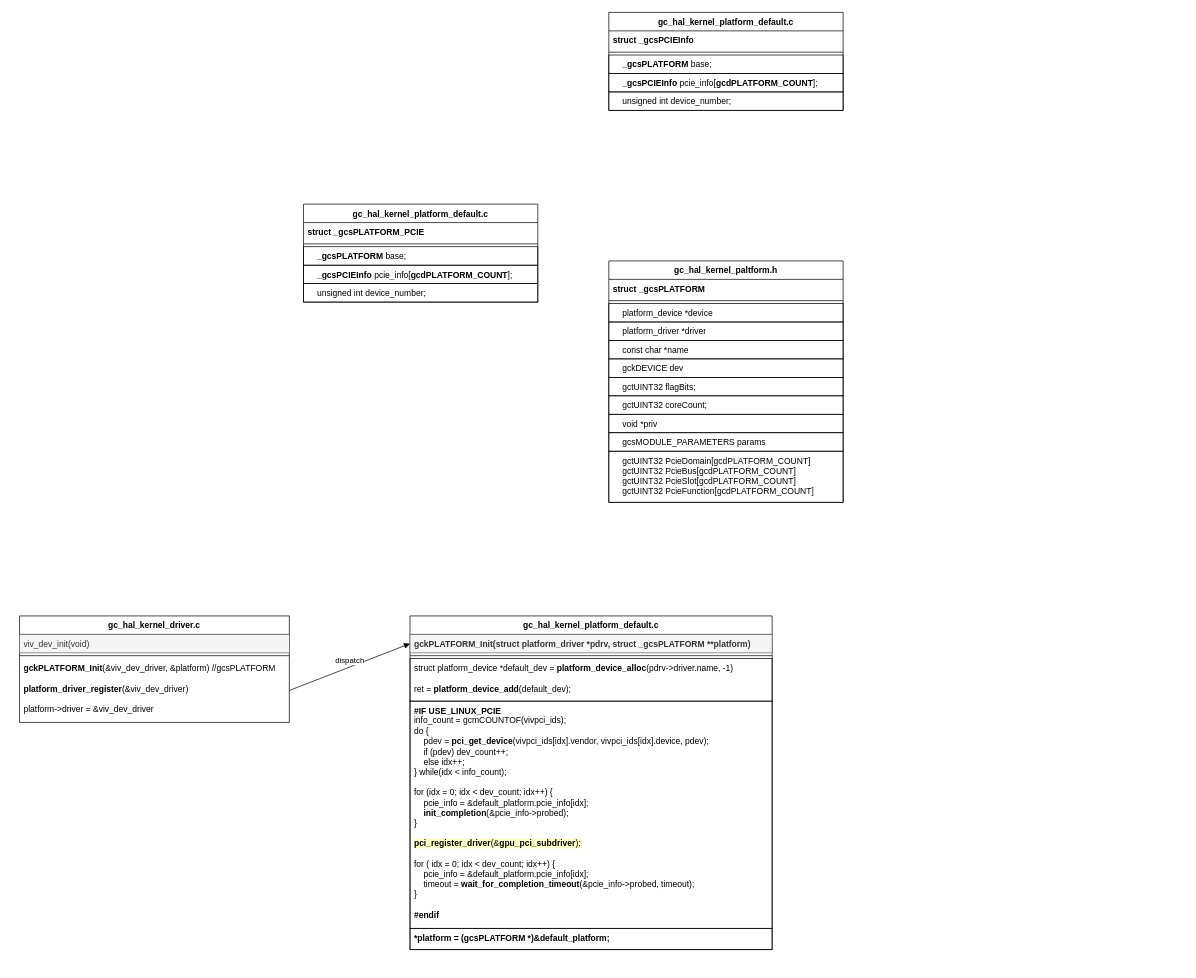
Before: device_driver.drawio in evolution124/mydiagram, a draw.io diagram. Source tidied: cells renumbered, new cells numbered last; positions are measured from the earlier drawing's top-left corner, leaving out a move shared by most shapes. Both pictures are drawn from the tidied source at 71%, with x=0, y=0 at pixel (19, 12).
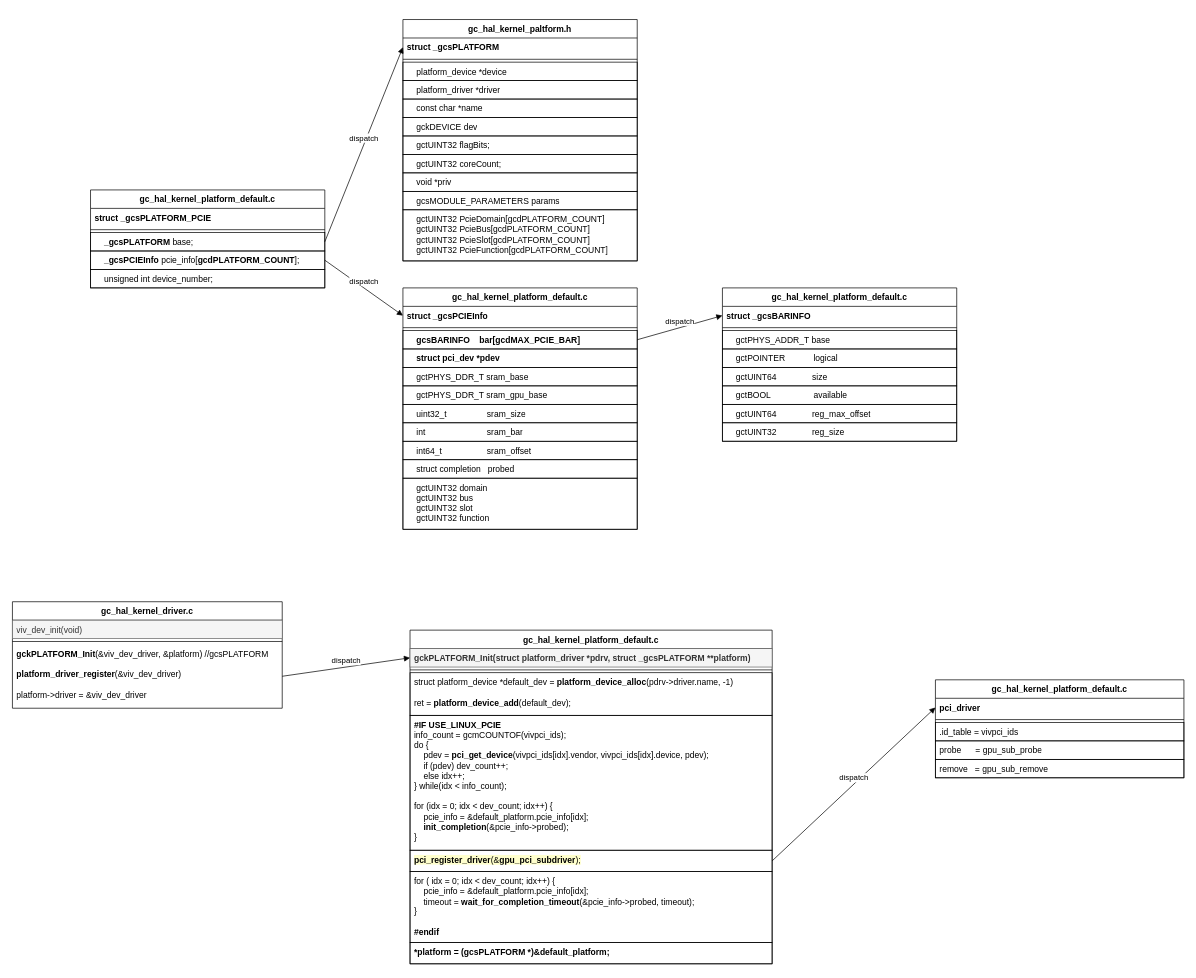
The same diagram, later.

Unchanged cells that the change refers to:
```xml
<mxCell id="16" value="&lt;b&gt;&amp;nbsp; &amp;nbsp; _gcsPLATFORM&lt;/b&gt; base;" style="text;strokeColor=default;fillColor=none;align=left;verticalAlign=top;spacingLeft=4;spacingRight=4;overflow=hidden;points=[[0,0.5],[1,0.5]];portConstraint=eastwest;whiteSpace=wrap;html=1;" parent="13" vertex="1">
  <mxGeometry y="60" width="330" height="26" as="geometry" />
</mxCell>
<mxCell id="17" value="&lt;b&gt;&amp;nbsp; &amp;nbsp; _gcsPCIEInfo &lt;/b&gt;pcie_info[&lt;b&gt;gcdPLATFORM_COUNT&lt;/b&gt;];" style="text;strokeColor=default;fillColor=none;align=left;verticalAlign=top;spacingLeft=4;spacingRight=4;overflow=hidden;points=[[0,0.5],[1,0.5]];portConstraint=eastwest;whiteSpace=wrap;html=1;" parent="13" vertex="1">
  <mxGeometry y="86" width="330" height="26" as="geometry" />
</mxCell>
<mxCell id="20" value="&lt;b&gt;struct _gcsPCIEInfo&lt;/b&gt;" style="text;strokeColor=none;fillColor=none;align=left;verticalAlign=top;spacingLeft=4;spacingRight=4;overflow=hidden;points=[[0,0.5],[1,0.5]];portConstraint=eastwest;whiteSpace=wrap;html=1;" parent="19" vertex="1">
  <mxGeometry y="26" width="330" height="26" as="geometry" />
</mxCell>
<mxCell id="26" value="&lt;b&gt;struct _gcsPLATFORM&lt;/b&gt;" style="text;strokeColor=none;fillColor=none;align=left;verticalAlign=top;spacingLeft=4;spacingRight=4;overflow=hidden;points=[[0,0.5],[1,0.5]];portConstraint=eastwest;whiteSpace=wrap;html=1;" parent="25" vertex="1">
  <mxGeometry y="26" width="330" height="26" as="geometry" />
</mxCell>
```

What changed in the source:
```diff
@@
     <mxCell id="2" value="gc_hal_kernel_driver.c" style="swimlane;fontStyle=1;align=center;verticalAlign=top;horizontal=1;startSize=26;whiteSpace=wrap;html=1;" parent="1" vertex="1">
-      <mxGeometry y="850" width="380" height="150" as="geometry" />
+      <mxGeometry x="-10" y="830" width="380" height="150" as="geometry" />
     </mxCell>
@@
     <mxCell id="6" value="gc_hal_kernel_platform_default.c" style="swimlane;fontStyle=1;align=center;verticalAlign=top;horizontal=1;startSize=26;whiteSpace=wrap;html=1;" parent="1" vertex="1">
-      <mxGeometry x="550" y="850" width="510" height="470" as="geometry" />
+      <mxGeometry x="550" y="870" width="510" height="470" as="geometry" />
     </mxCell>
@@
-    <mxCell id="10" value="&lt;div&gt;&lt;b&gt;#IF USE_LINUX_PCIE&lt;/b&gt;&lt;/div&gt;&lt;div&gt;info_count = gcmCOUNTOF(vivpci_ids);&lt;/div&gt;&lt;div&gt;do {&lt;/div&gt;&lt;div&gt;&amp;nbsp; &amp;nbsp; pdev = &lt;b&gt;pci_get_device&lt;/b&gt;(vivpci_ids[idx].vendor, vivpci_ids[idx].device, pdev);&lt;/div&gt;&lt;div&gt;&amp;nbsp; &amp;nbsp; if (pdev) dev_count++;&lt;/div&gt;&lt;div&gt;&amp;nbsp; &amp;nbsp; else idx++;&lt;/div&gt;&lt;div&gt;} while(idx &amp;lt; info_count);&lt;/div&gt;&lt;div&gt;&lt;br&gt;&lt;/div&gt;&lt;div&gt;for (idx = 0; idx &amp;lt; dev_count; idx++) {&lt;/div&gt;&lt;div&gt;&amp;nbsp; &amp;nbsp; pcie_info = &amp;amp;default_platform.pcie_info[idx];&lt;/div&gt;&lt;div&gt;&amp;nbsp; &amp;nbsp; &lt;b&gt;init_completion&lt;/b&gt;(&amp;amp;pcie_info-&amp;gt;probed);&lt;/div&gt;&lt;div&gt;}&lt;/div&gt;&lt;div&gt;&lt;br&gt;&lt;/div&gt;&lt;div&gt;&lt;span style=&quot;background-color: light-dark(rgb(255, 255, 204), rgb(255, 255, 255));&quot;&gt;&lt;b&gt;pci_register_driver&lt;/b&gt;(&amp;amp;&lt;b&gt;gpu_pci_subdriver&lt;/b&gt;);&lt;/span&gt;&lt;/div&gt;&lt;div&gt;&lt;span style=&quot;background-color: light-dark(rgb(255, 255, 204), rgb(255, 255, 255));&quot;&gt;&lt;font&gt;&lt;br&gt;&lt;/font&gt;&lt;/span&gt;&lt;/div&gt;&lt;div&gt;&lt;font style=&quot;background-color: light-dark(#ffffff, var(--ge-dark-color, #121212));&quot;&gt;for ( idx = 0; idx &amp;lt; dev_count; idx++) {&lt;/font&gt;&lt;/div&gt;&lt;div&gt;&lt;font style=&quot;background-color: light-dark(#ffffff, var(--ge-dark-color, #121212));&quot;&gt;&amp;nbsp; &amp;nbsp; pcie_info = &amp;amp;default_platform.pcie_info[idx];&lt;/font&gt;&lt;/div&gt;&lt;div&gt;&lt;font style=&quot;background-color: light-dark(#ffffff, var(--ge-dark-color, #121212));&quot;&gt;&amp;nbsp; &amp;nbsp; timeout = &lt;b&gt;wait_for_completion_timeout&lt;/b&gt;(&amp;amp;pcie_info-&amp;gt;probed, timeout);&lt;/font&gt;&lt;/div&gt;&lt;div&gt;&lt;font style=&quot;background-color: light-dark(#ffffff, var(--ge-dark-color, #121212));&quot;&gt;}&lt;/font&gt;&lt;/div&gt;&lt;div&gt;&lt;br&gt;&lt;/div&gt;&lt;div&gt;&lt;b&gt;#endif&lt;/b&gt;&lt;/div&gt;" style="text;strokeColor=default;fillColor=none;align=left;verticalAlign=top;spacingLeft=4;spacingRight=4;overflow=hidden;whiteSpace=wrap;html=1;" parent="6" vertex="1">
-      <mxGeometry y="120" width="510" height="320" as="geometry" />
+    <mxCell id="10" value="&lt;div&gt;&lt;b&gt;#IF USE_LINUX_PCIE&lt;/b&gt;&lt;/div&gt;&lt;div&gt;info_count = gcmCOUNTOF(vivpci_ids);&lt;/div&gt;&lt;div&gt;do {&lt;/div&gt;&lt;div&gt;&amp;nbsp; &amp;nbsp; pdev = &lt;b&gt;pci_get_device&lt;/b&gt;(vivpci_ids[idx].vendor, vivpci_ids[idx].device, pdev);&lt;/div&gt;&lt;div&gt;&amp;nbsp; &amp;nbsp; if (pdev) dev_count++;&lt;/div&gt;&lt;div&gt;&amp;nbsp; &amp;nbsp; else idx++;&lt;/div&gt;&lt;div&gt;} while(idx &amp;lt; info_count);&lt;/div&gt;&lt;div&gt;&lt;br&gt;&lt;/div&gt;&lt;div&gt;for (idx = 0; idx &amp;lt; dev_count; idx++) {&lt;/div&gt;&lt;div&gt;&amp;nbsp; &amp;nbsp; pcie_info = &amp;amp;default_platform.pcie_info[idx];&lt;/div&gt;&lt;div&gt;&amp;nbsp; &amp;nbsp; &lt;b&gt;init_completion&lt;/b&gt;(&amp;amp;pcie_info-&amp;gt;probed);&lt;/div&gt;&lt;div&gt;}&lt;/div&gt;" style="text;strokeColor=default;fillColor=none;align=left;verticalAlign=top;spacingLeft=4;spacingRight=4;overflow=hidden;whiteSpace=wrap;html=1;" parent="6" vertex="1">
+      <mxGeometry y="120" width="510" height="190" as="geometry" />
     </mxCell>
+    <mxCell id="37" value="&lt;span style=&quot;background-color: light-dark(rgb(255, 255, 204), rgb(255, 255, 255));&quot;&gt;&lt;b style=&quot;&quot;&gt;pci_register_driver&lt;/b&gt;&lt;span style=&quot;background-color: rgb(255, 255, 204);&quot;&gt;(&amp;amp;&lt;/span&gt;&lt;b style=&quot;&quot;&gt;gpu_pci_subdriver&lt;/b&gt;&lt;span style=&quot;background-color: rgb(255, 255, 204);&quot;&gt;);&lt;/span&gt;&lt;/span&gt;" style="text;strokeColor=default;fillColor=none;align=left;verticalAlign=top;spacingLeft=4;spacingRight=4;overflow=hidden;points=[[0,0.5],[1,0.5]];portConstraint=eastwest;whiteSpace=wrap;html=1;" parent="6" vertex="1">
+      <mxGeometry y="310" width="510" height="30" as="geometry" />
+    </mxCell>
+    <mxCell id="38" value="&lt;div&gt;&lt;font style=&quot;background-color: light-dark(#ffffff, var(--ge-dark-color, #121212));&quot;&gt;for ( idx = 0; idx &amp;lt; dev_count; idx++) {&lt;/font&gt;&lt;/div&gt;&lt;div&gt;&lt;font style=&quot;background-color: light-dark(#ffffff, var(--ge-dark-color, #121212));&quot;&gt;&amp;nbsp; &amp;nbsp; pcie_info = &amp;amp;default_platform.pcie_info[idx];&lt;/font&gt;&lt;/div&gt;&lt;div&gt;&lt;font style=&quot;background-color: light-dark(#ffffff, var(--ge-dark-color, #121212));&quot;&gt;&amp;nbsp; &amp;nbsp; timeout =&amp;nbsp;&lt;b&gt;wait_for_completion_timeout&lt;/b&gt;(&amp;amp;pcie_info-&amp;gt;probed, timeout);&lt;/font&gt;&lt;/div&gt;&lt;div&gt;&lt;font style=&quot;background-color: light-dark(#ffffff, var(--ge-dark-color, #121212));&quot;&gt;}&lt;/font&gt;&lt;/div&gt;&lt;div&gt;&lt;br&gt;&lt;/div&gt;&lt;div&gt;&lt;b&gt;#endif&lt;/b&gt;&lt;/div&gt;" style="text;strokeColor=default;fillColor=none;align=left;verticalAlign=top;spacingLeft=4;spacingRight=4;overflow=hidden;whiteSpace=wrap;html=1;" parent="6" vertex="1">
+      <mxGeometry y="340" width="510" height="100" as="geometry" />
+    </mxCell>
@@
     <mxCell id="13" value="gc_hal_kernel_platform_default.c" style="swimlane;fontStyle=1;align=center;verticalAlign=top;horizontal=1;startSize=26;whiteSpace=wrap;html=1;" parent="1" vertex="1">
-      <mxGeometry x="400" y="270" width="330" height="138" as="geometry" />
+      <mxGeometry x="100" y="250" width="330" height="138" as="geometry" />
     </mxCell>
@@
     <mxCell id="19" value="gc_hal_kernel_platform_default.c" style="swimlane;fontStyle=1;align=center;verticalAlign=top;horizontal=1;startSize=26;whiteSpace=wrap;html=1;" parent="1" vertex="1">
-      <mxGeometry x="830" width="330" height="138" as="geometry" />
+      <mxGeometry x="540" y="388" width="330" height="340" as="geometry" />
     </mxCell>
@@
-    <mxCell id="22" value="&lt;b&gt;&amp;nbsp; &amp;nbsp; _gcsPLATFORM&lt;/b&gt; base;" style="text;strokeColor=default;fillColor=none;align=left;verticalAlign=top;spacingLeft=4;spacingRight=4;overflow=hidden;points=[[0,0.5],[1,0.5]];portConstraint=eastwest;whiteSpace=wrap;html=1;" parent="19" vertex="1">
+    <mxCell id="22" value="&lt;b&gt;&amp;nbsp; &amp;nbsp; gcsBARINFO&amp;nbsp; &amp;nbsp; bar[gcdMAX_PCIE_BAR]&lt;/b&gt;" style="text;strokeColor=default;fillColor=none;align=left;verticalAlign=top;spacingLeft=4;spacingRight=4;overflow=hidden;points=[[0,0.5],[1,0.5]];portConstraint=eastwest;whiteSpace=wrap;html=1;" parent="19" vertex="1">
       <mxGeometry y="60" width="330" height="26" as="geometry" />
     </mxCell>
-    <mxCell id="23" value="&lt;b&gt;&amp;nbsp; &amp;nbsp; _gcsPCIEInfo &lt;/b&gt;pcie_info[&lt;b&gt;gcdPLATFORM_COUNT&lt;/b&gt;];" style="text;strokeColor=default;fillColor=none;align=left;verticalAlign=top;spacingLeft=4;spacingRight=4;overflow=hidden;whiteSpace=wrap;html=1;" parent="19" vertex="1">
+    <mxCell id="23" value="&lt;b&gt;&amp;nbsp; &amp;nbsp; struct pci_dev *pdev&lt;/b&gt;" style="text;strokeColor=default;fillColor=none;align=left;verticalAlign=top;spacingLeft=4;spacingRight=4;overflow=hidden;whiteSpace=wrap;html=1;" parent="19" vertex="1">
       <mxGeometry y="86" width="330" height="26" as="geometry" />
     </mxCell>
+    <mxCell id="39" value="&amp;nbsp; &amp;nbsp; gctPHYS_DDR_T sram_base" style="text;strokeColor=default;fillColor=none;align=left;verticalAlign=top;spacingLeft=4;spacingRight=4;overflow=hidden;whiteSpace=wrap;html=1;" parent="19" vertex="1">
+      <mxGeometry y="112" width="330" height="26" as="geometry" />
+    </mxCell>
+    <mxCell id="40" value="&amp;nbsp; &amp;nbsp; gctPHYS_DDR_T sram_gpu_base" style="text;strokeColor=default;fillColor=none;align=left;verticalAlign=top;spacingLeft=4;spacingRight=4;overflow=hidden;whiteSpace=wrap;html=1;" parent="19" vertex="1">
+      <mxGeometry y="138" width="330" height="26" as="geometry" />
+    </mxCell>
-    <mxCell id="24" value="&amp;nbsp; &amp;nbsp; unsigned int device_number;" style="text;strokeColor=default;fillColor=none;align=left;verticalAlign=top;spacingLeft=4;spacingRight=4;overflow=hidden;whiteSpace=wrap;html=1;" parent="19" vertex="1">
-      <mxGeometry y="112" width="330" height="26" as="geometry" />
+    <mxCell id="24" value="&amp;nbsp; &amp;nbsp; uint32_t&amp;nbsp; &amp;nbsp; &amp;nbsp; &amp;nbsp; &amp;nbsp; &amp;nbsp; &amp;nbsp; &amp;nbsp; &amp;nbsp;sram_size" style="text;strokeColor=default;fillColor=none;align=left;verticalAlign=top;spacingLeft=4;spacingRight=4;overflow=hidden;whiteSpace=wrap;html=1;" parent="19" vertex="1">
+      <mxGeometry y="164" width="330" height="26" as="geometry" />
     </mxCell>
+    <mxCell id="41" value="&amp;nbsp; &amp;nbsp; int&amp;nbsp; &amp;nbsp; &amp;nbsp; &amp;nbsp; &amp;nbsp; &amp;nbsp; &amp;nbsp; &amp;nbsp; &amp;nbsp; &amp;nbsp; &amp;nbsp; &amp;nbsp; &amp;nbsp; sram_bar" style="text;strokeColor=default;fillColor=none;align=left;verticalAlign=top;spacingLeft=4;spacingRight=4;overflow=hidden;whiteSpace=wrap;html=1;" parent="19" vertex="1">
+      <mxGeometry y="190" width="330" height="26" as="geometry" />
+    </mxCell>
+    <mxCell id="42" value="&amp;nbsp; &amp;nbsp; int64_t&amp;nbsp; &amp;nbsp; &amp;nbsp; &amp;nbsp; &amp;nbsp; &amp;nbsp; &amp;nbsp; &amp;nbsp; &amp;nbsp; &amp;nbsp;sram_offset" style="text;strokeColor=default;fillColor=none;align=left;verticalAlign=top;spacingLeft=4;spacingRight=4;overflow=hidden;whiteSpace=wrap;html=1;" parent="19" vertex="1">
+      <mxGeometry y="216" width="330" height="26" as="geometry" />
+    </mxCell>
+    <mxCell id="43" value="&amp;nbsp; &amp;nbsp; struct completion&amp;nbsp; &amp;nbsp;probed" style="text;strokeColor=default;fillColor=none;align=left;verticalAlign=top;spacingLeft=4;spacingRight=4;overflow=hidden;whiteSpace=wrap;html=1;" parent="19" vertex="1">
+      <mxGeometry y="242" width="330" height="26" as="geometry" />
+    </mxCell>
+    <mxCell id="44" value="&amp;nbsp; &amp;nbsp; gctUINT32 domain&lt;br&gt;&amp;nbsp; &amp;nbsp; gctUINT32 bus&lt;div&gt;&amp;nbsp; &amp;nbsp; gctUINT32 slot&lt;/div&gt;&lt;div&gt;&amp;nbsp; &amp;nbsp; gctUINT32 function&lt;/div&gt;" style="text;strokeColor=default;fillColor=none;align=left;verticalAlign=top;spacingLeft=4;spacingRight=4;overflow=hidden;whiteSpace=wrap;html=1;" parent="19" vertex="1">
+      <mxGeometry y="268" width="330" height="72" as="geometry" />
+    </mxCell>
     <mxCell id="25" value="gc_hal_kernel_paltform.h" style="swimlane;fontStyle=1;align=center;verticalAlign=top;horizontal=1;startSize=26;whiteSpace=wrap;html=1;" parent="1" vertex="1">
-      <mxGeometry x="830" y="350" width="330" height="340" as="geometry" />
+      <mxGeometry x="540" y="10" width="330" height="340" as="geometry" />
     </mxCell>
@@
+    <mxCell id="45" value="dispatch" style="html=1;verticalAlign=bottom;endArrow=block;curved=0;rounded=0;exitX=1;exitY=0.5;exitDx=0;exitDy=0;entryX=0;entryY=0.5;entryDx=0;entryDy=0;" parent="1" edge="1" source="16" target="26">
+      <mxGeometry relative="1" as="geometry" />
+    </mxCell>
+    <mxCell id="46" value="dispatch" style="html=1;verticalAlign=bottom;endArrow=block;curved=0;rounded=0;exitX=1;exitY=0.5;exitDx=0;exitDy=0;entryX=0;entryY=0.5;entryDx=0;entryDy=0;" parent="1" edge="1" source="17" target="20">
+      <mxGeometry relative="1" as="geometry" />
+    </mxCell>
+    <mxCell id="47" value="gc_hal_kernel_platform_default.c" style="swimlane;fontStyle=1;align=center;verticalAlign=top;horizontal=1;startSize=26;whiteSpace=wrap;html=1;" parent="1" vertex="1">
+      <mxGeometry x="990" y="388" width="330" height="216" as="geometry" />
+    </mxCell>
+    <mxCell id="48" value="&lt;b&gt;struct _gcsBARINFO&lt;/b&gt;" style="text;strokeColor=none;fillColor=none;align=left;verticalAlign=top;spacingLeft=4;spacingRight=4;overflow=hidden;points=[[0,0.5],[1,0.5]];portConstraint=eastwest;whiteSpace=wrap;html=1;" parent="47" vertex="1">
+      <mxGeometry y="26" width="330" height="26" as="geometry" />
+    </mxCell>
+    <mxCell id="49" style="line;strokeWidth=1;fillColor=none;align=left;verticalAlign=middle;spacingTop=-1;spacingLeft=3;spacingRight=3;labelPosition=right;strokeColor=inherit;" parent="47" vertex="1">
+      <mxGeometry y="52" width="330" height="8" as="geometry" />
+    </mxCell>
+    <mxCell id="50" value="&amp;nbsp; &amp;nbsp; gctPHYS_ADDR_T base" style="text;strokeColor=default;fillColor=none;align=left;verticalAlign=top;spacingLeft=4;spacingRight=4;overflow=hidden;whiteSpace=wrap;html=1;" parent="47" vertex="1">
+      <mxGeometry y="60" width="330" height="26" as="geometry" />
+    </mxCell>
+    <mxCell id="51" value="&amp;nbsp; &amp;nbsp; gctPOINTER&amp;nbsp; &amp;nbsp; &amp;nbsp; &amp;nbsp; &amp;nbsp; &amp;nbsp; logical" style="text;strokeColor=default;fillColor=none;align=left;verticalAlign=top;spacingLeft=4;spacingRight=4;overflow=hidden;whiteSpace=wrap;html=1;" parent="47" vertex="1">
+      <mxGeometry y="86" width="330" height="26" as="geometry" />
+    </mxCell>
+    <mxCell id="52" value="&amp;nbsp; &amp;nbsp; gctUINT64&amp;nbsp; &amp;nbsp; &amp;nbsp; &amp;nbsp; &amp;nbsp; &amp;nbsp; &amp;nbsp; &amp;nbsp;size" style="text;strokeColor=default;fillColor=none;align=left;verticalAlign=top;spacingLeft=4;spacingRight=4;overflow=hidden;whiteSpace=wrap;html=1;" parent="47" vertex="1">
+      <mxGeometry y="112" width="330" height="26" as="geometry" />
+    </mxCell>
+    <mxCell id="53" value="&amp;nbsp; &amp;nbsp; gctBOOL&amp;nbsp; &amp;nbsp; &amp;nbsp; &amp;nbsp; &amp;nbsp; &amp;nbsp; &amp;nbsp; &amp;nbsp; &amp;nbsp; available" style="text;strokeColor=default;fillColor=none;align=left;verticalAlign=top;spacingLeft=4;spacingRight=4;overflow=hidden;whiteSpace=wrap;html=1;" parent="47" vertex="1">
+      <mxGeometry y="138" width="330" height="26" as="geometry" />
+    </mxCell>
+    <mxCell id="54" value="&amp;nbsp; &amp;nbsp; gctUINT64&amp;nbsp; &amp;nbsp; &amp;nbsp; &amp;nbsp; &amp;nbsp; &amp;nbsp; &amp;nbsp; &amp;nbsp;reg_max_offset" style="text;strokeColor=default;fillColor=none;align=left;verticalAlign=top;spacingLeft=4;spacingRight=4;overflow=hidden;whiteSpace=wrap;html=1;" parent="47" vertex="1">
+      <mxGeometry y="164" width="330" height="26" as="geometry" />
+    </mxCell>
+    <mxCell id="55" value="&amp;nbsp; &amp;nbsp; gctUINT32&amp;nbsp; &amp;nbsp; &amp;nbsp; &amp;nbsp; &amp;nbsp; &amp;nbsp; &amp;nbsp; &amp;nbsp;reg_size" style="text;strokeColor=default;fillColor=none;align=left;verticalAlign=top;spacingLeft=4;spacingRight=4;overflow=hidden;whiteSpace=wrap;html=1;" parent="47" vertex="1">
+      <mxGeometry y="190" width="330" height="26" as="geometry" />
+    </mxCell>
+    <mxCell id="56" value="dispatch" style="html=1;verticalAlign=bottom;endArrow=block;curved=0;rounded=0;exitX=1;exitY=0.5;exitDx=0;exitDy=0;entryX=0;entryY=0.5;entryDx=0;entryDy=0;" parent="1" edge="1" source="22" target="48">
+      <mxGeometry relative="1" as="geometry" />
+    </mxCell>
+    <mxCell id="57" value="gc_hal_kernel_platform_default.c" style="swimlane;fontStyle=1;align=center;verticalAlign=top;horizontal=1;startSize=26;whiteSpace=wrap;html=1;" parent="1" vertex="1">
+      <mxGeometry x="1290" y="940" width="350" height="138" as="geometry" />
+    </mxCell>
+    <mxCell id="58" value="pci_driver&amp;nbsp;" style="text;strokeColor=none;fillColor=none;align=left;verticalAlign=top;spacingLeft=4;spacingRight=4;overflow=hidden;points=[[0,0.5],[1,0.5]];portConstraint=eastwest;whiteSpace=wrap;html=1;fontStyle=1;" parent="57" vertex="1">
+      <mxGeometry y="26" width="350" height="26" as="geometry" />
+    </mxCell>
+    <mxCell id="59" style="line;strokeWidth=1;fillColor=none;align=left;verticalAlign=middle;spacingTop=-1;spacingLeft=3;spacingRight=3;labelPosition=right;strokeColor=inherit;" parent="57" vertex="1">
+      <mxGeometry y="52" width="350" height="8" as="geometry" />
+    </mxCell>
+    <mxCell id="60" value=".id_table = vivpci_ids" style="text;strokeColor=default;fillColor=none;align=left;verticalAlign=top;spacingLeft=4;spacingRight=4;overflow=hidden;whiteSpace=wrap;html=1;" parent="57" vertex="1">
+      <mxGeometry y="60" width="350" height="26" as="geometry" />
+    </mxCell>
+    <mxCell id="61" value="probe&amp;nbsp; &amp;nbsp; &amp;nbsp; = gpu_sub_probe" style="text;strokeColor=default;fillColor=none;align=left;verticalAlign=top;spacingLeft=4;spacingRight=4;overflow=hidden;whiteSpace=wrap;html=1;" parent="57" vertex="1">
+      <mxGeometry y="86" width="350" height="26" as="geometry" />
+    </mxCell>
+    <mxCell id="62" value="remove&amp;nbsp; &amp;nbsp;= gpu_sub_remove" style="text;strokeColor=default;fillColor=none;align=left;verticalAlign=top;spacingLeft=4;spacingRight=4;overflow=hidden;whiteSpace=wrap;html=1;" parent="57" vertex="1">
+      <mxGeometry y="112" width="350" height="26" as="geometry" />
+    </mxCell>
+    <mxCell id="63" value="dispatch" style="html=1;verticalAlign=bottom;endArrow=block;curved=0;rounded=0;entryX=0;entryY=0.5;entryDx=0;entryDy=0;exitX=1;exitY=0.5;exitDx=0;exitDy=0;" parent="1" edge="1" source="37" target="58">
+      <mxGeometry relative="1" as="geometry" />
+    </mxCell>
```
